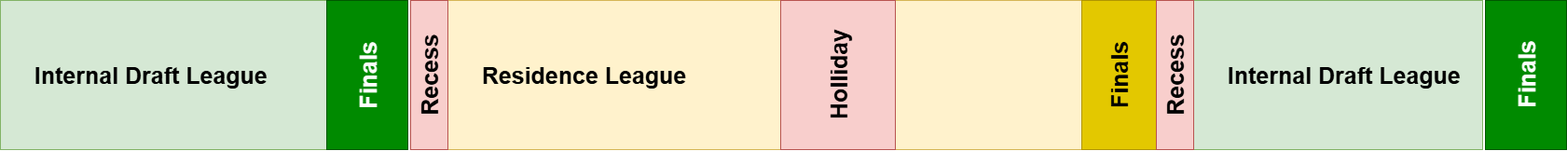
RenierDuminy/Competitive-Frisbee-League keeps this draw.io diagram as assets/images/Casual Year schedule.png. Above is the earlier version. Source tidied: cells renumbered, new cells last; positions are measured from the earlier drawing's top-left corner, leaving out a move shared by most shapes.
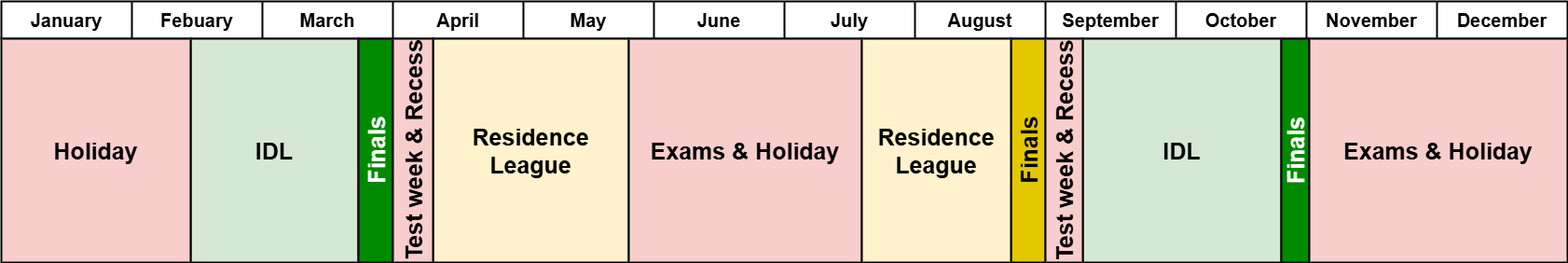
Above is the later version.

What changed in the source:
```diff
@@ -2,32 +2,83 @@
   <root>
     <mxCell id="0" />
     <mxCell id="1" parent="0" />
-    <mxCell id="2" value="&amp;nbsp; &amp;nbsp; &amp;nbsp;Internal Draft League" style="rounded=0;whiteSpace=wrap;html=1;fontSize=25;fillColor=#d5e8d4;strokeColor=#82b366;fontStyle=1;align=left;" parent="1" vertex="1">
-      <mxGeometry width="350" height="160" as="geometry" />
+    <mxCell id="2" style="shape=table;startSize=0;fontSize=16;strokeWidth=2;strokeColor=#000000;" parent="1" vertex="1">
+      <mxGeometry width="1680" height="40" as="geometry" />
     </mxCell>
-    <mxCell id="3" value="Finals" style="rounded=0;whiteSpace=wrap;html=1;fontSize=25;fillColor=#008a00;strokeColor=#005700;fontColor=#ffffff;fontStyle=1;horizontal=0;" parent="1" vertex="1">
-      <mxGeometry x="350" width="87" height="160" as="geometry" />
+    <mxCell id="3" style="shape=tableRow;horizontal=0;startSize=0;swimlaneHead=0;swimlaneBody=0;strokeColor=#000000;top=0;left=0;bottom=0;right=0;fillColor=none;strokeWidth=2;" parent="2" vertex="1">
+      <mxGeometry width="1680" height="40" as="geometry" />
     </mxCell>
-    <mxCell id="4" value="&amp;nbsp; &amp;nbsp; &amp;nbsp;Residence League" style="rounded=0;whiteSpace=wrap;html=1;fontSize=25;fillColor=#fff2cc;strokeColor=#d6b656;fontStyle=1;align=left;" parent="1" vertex="1">
-      <mxGeometry x="480" width="680" height="160" as="geometry" />
+    <mxCell id="4" value="January" style="shape=partialRectangle;html=1;whiteSpace=wrap;strokeColor=#000000;overflow=hidden;fillColor=none;top=0;left=0;bottom=0;right=0;fontSize=20;fontStyle=1;strokeWidth=2;" parent="3" vertex="1">
+      <mxGeometry width="140" height="40" as="geometry" />
     </mxCell>
-    <mxCell id="5" value="Finals" style="rounded=0;whiteSpace=wrap;html=1;fontSize=25;fillColor=#e3c800;strokeColor=#B09500;fontColor=#000000;fontStyle=1;horizontal=0;" parent="1" vertex="1">
-      <mxGeometry x="1160" width="80" height="160" as="geometry" />
+    <mxCell id="5" value="Febuary" style="shape=partialRectangle;html=1;whiteSpace=wrap;strokeColor=#000000;overflow=hidden;fillColor=none;top=0;left=0;bottom=0;right=0;fontSize=20;fontStyle=1;strokeWidth=2;" parent="3" vertex="1">
+      <mxGeometry x="140" width="140" height="40" as="geometry" />
     </mxCell>
-    <mxCell id="6" value="&amp;nbsp; &amp;nbsp; &amp;nbsp;Internal Draft League" style="rounded=0;whiteSpace=wrap;html=1;fontSize=25;fillColor=#d5e8d4;strokeColor=#82b366;fontStyle=1;align=left;" parent="1" vertex="1">
-      <mxGeometry x="1280" width="310" height="160" as="geometry" />
+    <mxCell id="6" value="March" style="shape=partialRectangle;html=1;whiteSpace=wrap;strokeColor=#000000;overflow=hidden;fillColor=none;top=0;left=0;bottom=0;right=0;fontSize=20;fontStyle=1;strokeWidth=2;" parent="3" vertex="1">
+      <mxGeometry x="280" width="140" height="40" as="geometry" />
     </mxCell>
-    <mxCell id="7" value="Finals" style="rounded=0;whiteSpace=wrap;html=1;fontSize=25;fillColor=#008a00;strokeColor=#005700;fontColor=#ffffff;fontStyle=1;horizontal=0;" parent="1" vertex="1">
-      <mxGeometry x="1593" width="87" height="160" as="geometry" />
+    <mxCell id="7" value="April" style="shape=partialRectangle;html=1;whiteSpace=wrap;strokeColor=#000000;overflow=hidden;fillColor=none;top=0;left=0;bottom=0;right=0;fontSize=20;fontStyle=1;strokeWidth=2;" parent="3" vertex="1">
+      <mxGeometry x="420" width="140" height="40" as="geometry" />
     </mxCell>
-    <mxCell id="8" value="Recess" style="rounded=0;whiteSpace=wrap;html=1;fontSize=25;fillColor=#f8cecc;strokeColor=#b85450;fontStyle=1;horizontal=0;" parent="1" vertex="1">
-      <mxGeometry x="440" width="40" height="160" as="geometry" />
+    <mxCell id="8" value="May" style="shape=partialRectangle;html=1;whiteSpace=wrap;strokeColor=#000000;overflow=hidden;fillColor=none;top=0;left=0;bottom=0;right=0;fontSize=20;fontStyle=1;strokeWidth=2;" parent="3" vertex="1">
+      <mxGeometry x="560" width="140" height="40" as="geometry" />
     </mxCell>
-    <mxCell id="9" value="Recess" style="rounded=0;whiteSpace=wrap;html=1;fontSize=25;fillColor=#f8cecc;strokeColor=#b85450;fontStyle=1;horizontal=0;" parent="1" vertex="1">
-      <mxGeometry x="1240" width="40" height="160" as="geometry" />
+    <mxCell id="9" value="June" style="shape=partialRectangle;html=1;whiteSpace=wrap;strokeColor=#000000;overflow=hidden;fillColor=none;top=0;left=0;bottom=0;right=0;fontSize=20;fontStyle=1;strokeWidth=2;" parent="3" vertex="1">
+      <mxGeometry x="700" width="140" height="40" as="geometry" />
     </mxCell>
-    <mxCell id="10" value="Holliday" style="rounded=0;whiteSpace=wrap;html=1;fontSize=25;fillColor=#f8cecc;strokeColor=#b85450;fontStyle=1;horizontal=0;" parent="1" vertex="1">
-      <mxGeometry x="837" width="123" height="160" as="geometry" />
+    <mxCell id="10" value="July" style="shape=partialRectangle;html=1;whiteSpace=wrap;strokeColor=#000000;overflow=hidden;fillColor=none;top=0;left=0;bottom=0;right=0;fontSize=20;fontStyle=1;strokeWidth=2;" parent="3" vertex="1">
+      <mxGeometry x="840" width="140" height="40" as="geometry" />
     </mxCell>
+    <mxCell id="11" value="August" style="shape=partialRectangle;html=1;whiteSpace=wrap;strokeColor=#000000;overflow=hidden;fillColor=none;top=0;left=0;bottom=0;right=0;fontSize=20;fontStyle=1;strokeWidth=2;" parent="3" vertex="1">
+      <mxGeometry x="980" width="140" height="40" as="geometry" />
+    </mxCell>
+    <mxCell id="12" value="September" style="shape=partialRectangle;html=1;whiteSpace=wrap;strokeColor=#000000;overflow=hidden;fillColor=none;top=0;left=0;bottom=0;right=0;fontSize=20;fontStyle=1;strokeWidth=2;" parent="3" vertex="1">
+      <mxGeometry x="1120" width="140" height="40" as="geometry" />
+    </mxCell>
+    <mxCell id="13" value="October" style="shape=partialRectangle;html=1;whiteSpace=wrap;strokeColor=#000000;overflow=hidden;fillColor=none;top=0;left=0;bottom=0;right=0;fontSize=20;fontStyle=1;strokeWidth=2;" parent="3" vertex="1">
+      <mxGeometry x="1260" width="140" height="40" as="geometry" />
+    </mxCell>
+    <mxCell id="14" value="November" style="shape=partialRectangle;html=1;whiteSpace=wrap;strokeColor=#000000;overflow=hidden;fillColor=none;top=0;left=0;bottom=0;right=0;fontSize=20;fontStyle=1;strokeWidth=2;" parent="3" vertex="1">
+      <mxGeometry x="1400" width="140" height="40" as="geometry" />
+    </mxCell>
+    <mxCell id="15" value="December" style="shape=partialRectangle;html=1;whiteSpace=wrap;strokeColor=#000000;overflow=hidden;fillColor=none;top=0;left=0;bottom=0;right=0;fontSize=20;fontStyle=1;strokeWidth=2;" parent="3" vertex="1">
+      <mxGeometry x="1540" width="140" height="40" as="geometry" />
+    </mxCell>
+    <mxCell id="16" value="IDL" style="rounded=0;whiteSpace=wrap;html=1;fontSize=25;fillColor=#d5e8d4;strokeColor=#000000;fontStyle=1;align=center;strokeWidth=2;" parent="1" vertex="1">
+      <mxGeometry x="203" y="40" width="180" height="240" as="geometry" />
+    </mxCell>
+    <mxCell id="17" value="Finals" style="rounded=0;whiteSpace=wrap;html=1;fontSize=25;fillColor=#008a00;strokeColor=#000000;fontColor=#ffffff;fontStyle=1;horizontal=0;strokeWidth=2;" parent="1" vertex="1">
+      <mxGeometry x="383" y="40" width="37" height="240" as="geometry" />
+    </mxCell>
+    <mxCell id="18" value="Residence League" style="rounded=0;whiteSpace=wrap;html=1;fontSize=25;fillColor=#fff2cc;strokeColor=#000000;fontStyle=1;align=center;strokeWidth=2;" parent="1" vertex="1">
+      <mxGeometry x="463" y="40" width="210" height="240" as="geometry" />
+    </mxCell>
+    <mxCell id="19" value="Finals" style="rounded=0;whiteSpace=wrap;html=1;fontSize=25;fillColor=#e3c800;strokeColor=#000000;fontColor=#000000;fontStyle=1;horizontal=0;strokeWidth=2;" parent="1" vertex="1">
+      <mxGeometry x="1083" y="40" width="37" height="240" as="geometry" />
+    </mxCell>
+    <mxCell id="20" value="IDL" style="rounded=0;whiteSpace=wrap;html=1;fontSize=25;fillColor=#d5e8d4;strokeColor=#000000;fontStyle=1;align=center;strokeWidth=2;" parent="1" vertex="1">
+      <mxGeometry x="1160" y="40" width="213" height="240" as="geometry" />
+    </mxCell>
+    <mxCell id="21" value="Finals" style="rounded=0;whiteSpace=wrap;html=1;fontSize=25;fillColor=#008a00;strokeColor=#000000;fontColor=#ffffff;fontStyle=1;horizontal=0;strokeWidth=2;" parent="1" vertex="1">
+      <mxGeometry x="1373" y="40" width="30" height="240" as="geometry" />
+    </mxCell>
+    <mxCell id="22" value="Test week &amp;amp; Recess" style="rounded=0;whiteSpace=wrap;html=1;fontSize=25;fillColor=#f8cecc;strokeColor=#000000;fontStyle=1;horizontal=0;strokeWidth=2;" parent="1" vertex="1">
+      <mxGeometry x="420" y="40" width="43" height="240" as="geometry" />
+    </mxCell>
+    <mxCell id="23" value="Exams &amp;amp; Holiday" style="rounded=0;whiteSpace=wrap;html=1;fontSize=25;fillColor=#f8cecc;strokeColor=#000000;fontStyle=1;horizontal=1;strokeWidth=2;" parent="1" vertex="1">
+      <mxGeometry x="673" y="40" width="250" height="240" as="geometry" />
+    </mxCell>
+    <mxCell id="24" value="Residence League" style="rounded=0;whiteSpace=wrap;html=1;fontSize=25;fillColor=#fff2cc;strokeColor=#000000;fontStyle=1;align=center;strokeWidth=2;" parent="1" vertex="1">
+      <mxGeometry x="923" y="40" width="160" height="240" as="geometry" />
+    </mxCell>
+    <mxCell id="25" value="Holiday" style="rounded=0;whiteSpace=wrap;html=1;fontSize=25;fillColor=#f8cecc;strokeColor=#000000;fontStyle=1;horizontal=1;strokeWidth=2;" parent="1" vertex="1">
+      <mxGeometry y="40" width="203" height="240" as="geometry" />
+    </mxCell>
+    <mxCell id="26" value="Test week &amp;amp; Recess" style="rounded=0;whiteSpace=wrap;html=1;fontSize=25;fillColor=#f8cecc;strokeColor=#000000;fontStyle=1;horizontal=0;strokeWidth=2;" parent="1" vertex="1">
+      <mxGeometry x="1120" y="40" width="40" height="240" as="geometry" />
+    </mxCell>
+    <mxCell id="27" value="Exams &amp;amp; Holiday" style="rounded=0;whiteSpace=wrap;html=1;fontSize=25;fillColor=#f8cecc;strokeColor=#000000;fontStyle=1;horizontal=1;strokeWidth=2;" parent="1" vertex="1">
+      <mxGeometry x="1403" y="40" width="277" height="240" as="geometry" />
+    </mxCell>
   </root>
 </mxGraphModel>
```
